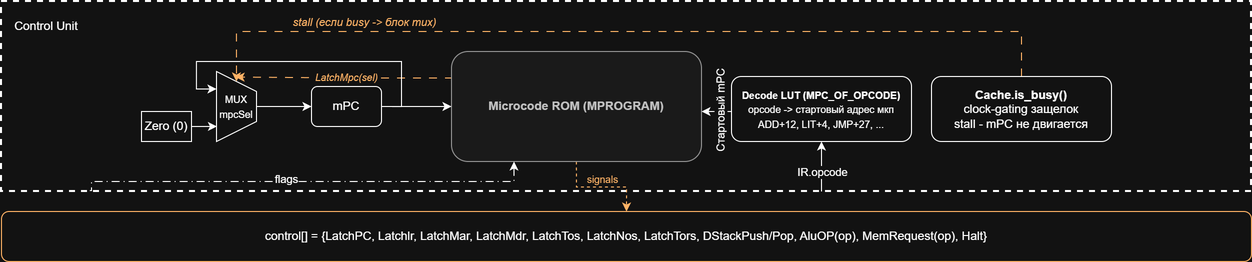
Above: pics/ControlUnit.png in AstroBlartvks/lab4-csa (draw.io), before the change. Source tidied: cells renumbered, new cells last; positions are measured from the earlier drawing's top-left corner, leaving out a move shared by most shapes.
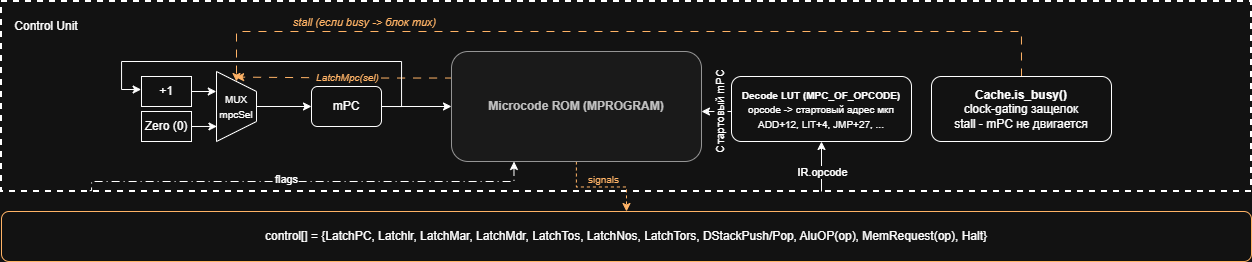
Later version of the same file.

What changed in the source:
```diff
@@ -42,13 +42,14 @@
     <mxCell id="10" style="edgeStyle=orthogonalEdgeStyle;rounded=0;jettySize=auto;html=1;exitX=1;exitY=0.5;exitDx=0;exitDy=0;entryX=0;entryY=0.5;entryDx=0;entryDy=0;" parent="1" edge="1" source="12" target="7">
       <mxGeometry relative="1" as="geometry" />
     </mxCell>
-    <mxCell id="11" style="edgeStyle=orthogonalEdgeStyle;rounded=0;jettySize=auto;html=1;exitX=1;exitY=0.5;exitDx=0;exitDy=0;entryX=0.25;entryY=1;entryDx=0;entryDy=0;" parent="1" edge="1" source="12" target="9">
+    <mxCell id="11" style="edgeStyle=orthogonalEdgeStyle;rounded=0;jettySize=auto;html=1;exitX=1;exitY=0.5;exitDx=0;exitDy=0;entryX=-0.009;entryY=0.441;entryDx=0;entryDy=0;entryPerimeter=0;" parent="1" edge="1" source="12" target="28">
       <mxGeometry relative="1" as="geometry">
         <Array as="points">
           <mxPoint x="400" y="105" />
           <mxPoint x="400" y="60" />
-          <mxPoint x="195" y="60" />
-          <mxPoint x="195" y="88" />
+          <mxPoint x="120" y="60" />
+          <mxPoint x="120" y="88" />
+          <mxPoint x="140" y="88" />
         </Array>
       </mxGeometry>
     </mxCell>
@@ -127,5 +128,11 @@
         <mxPoint x="1" as="offset" />
       </mxGeometry>
     </mxCell>
+    <mxCell id="28" value="+1" style="rounded=0;whiteSpace=wrap;html=1;" parent="1" vertex="1">
+      <mxGeometry x="140" y="75" width="50" height="30" as="geometry" />
+    </mxCell>
+    <mxCell id="29" style="edgeStyle=orthogonalEdgeStyle;rounded=0;jettySize=auto;html=1;exitX=1;exitY=0.5;exitDx=0;exitDy=0;entryX=0.282;entryY=1.005;entryDx=0;entryDy=0;entryPerimeter=0;" parent="1" edge="1" source="28" target="9">
+      <mxGeometry relative="1" as="geometry" />
+    </mxCell>
   </root>
 </mxGraphModel>
```
